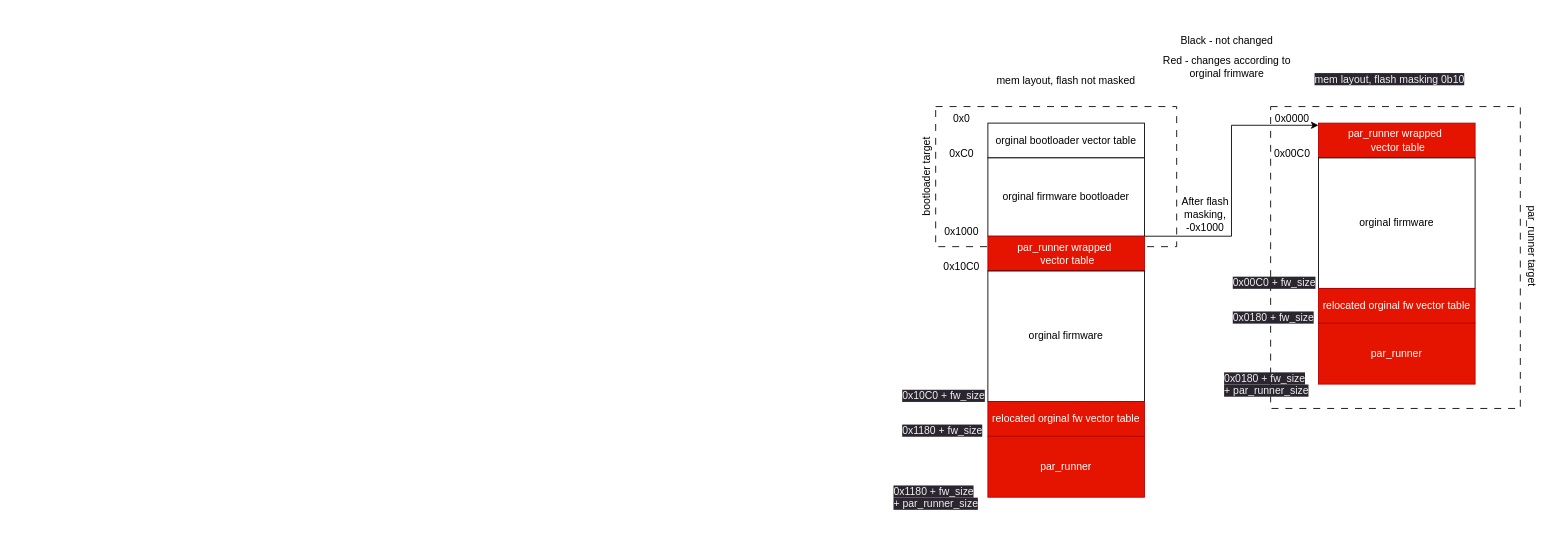
Before: docs/memory-map.drawio in piotr022/UV_K5_playground, a draw.io diagram. Source tidied: cells renumbered, new cells numbered last; positions are measured from the earlier drawing's top-left corner, leaving out a move shared by most shapes. Both pictures are drawn from the tidied source at 87%, with x=0, y=0 at pixel (836, 27).
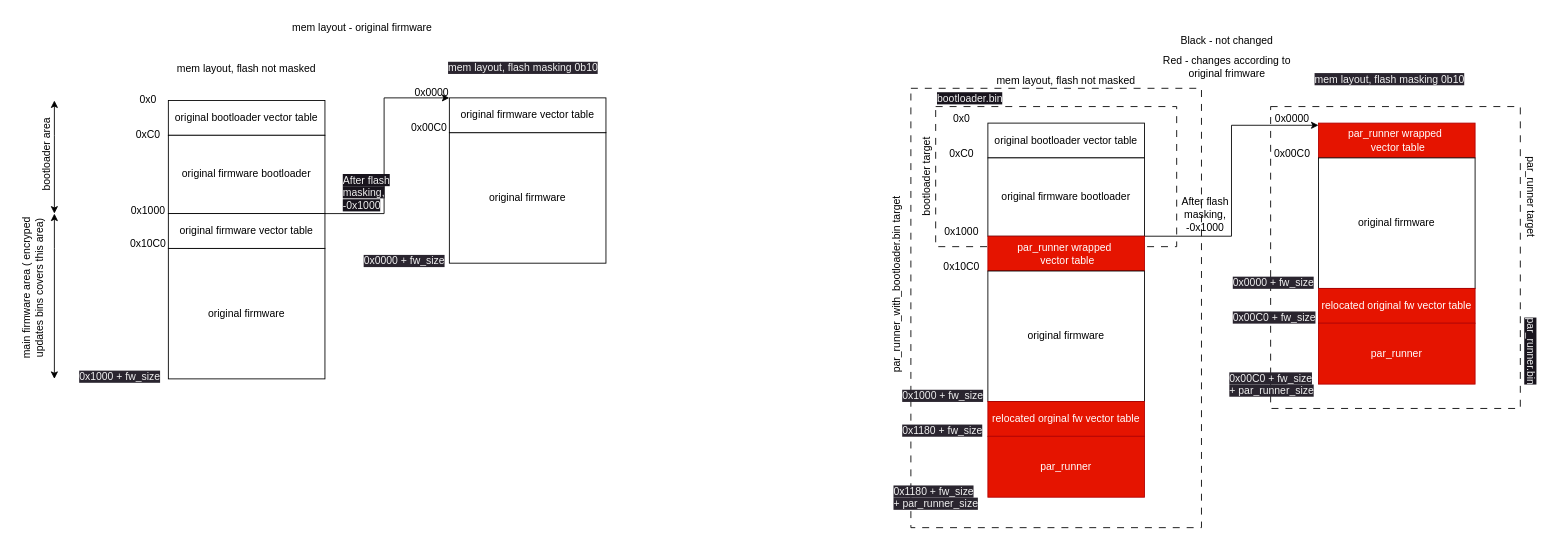
After the change.

The edit, as a diff of the source:
```diff
@@
+    <mxCell id="34" style="rounded=0;whiteSpace=wrap;html=1;dashed=1;dashPattern=8 8;" parent="1" vertex="1">
+      <mxGeometry x="85.5" y="70" width="334" height="505" as="geometry" />
+    </mxCell>
@@
-    <mxCell id="4" value="orginal bootloader vector table" style="rounded=0;whiteSpace=wrap;html=1;" parent="1" vertex="1">
+    <mxCell id="4" value="original bootloader vector table" style="rounded=0;whiteSpace=wrap;html=1;" parent="1" vertex="1">
       <mxGeometry x="174" y="110" width="180" height="40" as="geometry" />
     </mxCell>
-    <mxCell id="5" value="orginal firmware bootloader" style="rounded=0;whiteSpace=wrap;html=1;" parent="1" vertex="1">
+    <mxCell id="5" value="original firmware bootloader" style="rounded=0;whiteSpace=wrap;html=1;" parent="1" vertex="1">
       <mxGeometry x="174" y="150" width="180" height="90" as="geometry" />
     </mxCell>
@@
-    <mxCell id="8" value="orginal firmware" style="rounded=0;whiteSpace=wrap;html=1;" parent="1" vertex="1">
+    <mxCell id="8" value="original firmware" style="rounded=0;whiteSpace=wrap;html=1;" parent="1" vertex="1">
       <mxGeometry x="174" y="280" width="180" height="150" as="geometry" />
     </mxCell>
@@
-    <mxCell id="15" value="&lt;span style=&quot;color: rgb(240, 240, 240); font-family: Helvetica; font-size: 12px; font-style: normal; font-variant-ligatures: normal; font-variant-caps: normal; font-weight: 400; letter-spacing: normal; orphans: 2; text-align: center; text-indent: 0px; text-transform: none; widows: 2; word-spacing: 0px; -webkit-text-stroke-width: 0px; background-color: rgb(42, 37, 47); text-decoration-thickness: initial; text-decoration-style: initial; text-decoration-color: initial; float: none; display: inline !important;&quot;&gt;0x10C0 + fw_size&lt;/span&gt;" style="text;whiteSpace=wrap;html=1;" parent="1" vertex="1">
+    <mxCell id="15" value="&lt;span style=&quot;color: rgb(240, 240, 240); font-family: Helvetica; font-size: 12px; font-style: normal; font-variant-ligatures: normal; font-variant-caps: normal; font-weight: 400; letter-spacing: normal; orphans: 2; text-align: center; text-indent: 0px; text-transform: none; widows: 2; word-spacing: 0px; -webkit-text-stroke-width: 0px; background-color: rgb(42, 37, 47); text-decoration-thickness: initial; text-decoration-style: initial; text-decoration-color: initial; float: none; display: inline !important;&quot;&gt;0x1000 + fw_size&lt;/span&gt;" style="text;whiteSpace=wrap;html=1;" parent="1" vertex="1">
       <mxGeometry x="74" y="410" width="100" height="40" as="geometry" />
     </mxCell>
@@
-    <mxCell id="19" value="Red - changes according to orginal frimware" style="text;html=1;strokeColor=none;fillColor=none;align=center;verticalAlign=middle;whiteSpace=wrap;rounded=0;" parent="1" vertex="1">
+    <mxCell id="19" value="Red - changes according to original frimware" style="text;html=1;strokeColor=none;fillColor=none;align=center;verticalAlign=middle;whiteSpace=wrap;rounded=0;" parent="1" vertex="1">
       <mxGeometry x="374" y="30" width="150" height="30" as="geometry" />
     </mxCell>
@@
-    <mxCell id="21" value="orginal firmware" style="rounded=0;whiteSpace=wrap;html=1;" parent="1" vertex="1">
+    <mxCell id="21" value="original firmware" style="rounded=0;whiteSpace=wrap;html=1;" parent="1" vertex="1">
       <mxGeometry x="554" y="150" width="180" height="150" as="geometry" />
     </mxCell>
-    <mxCell id="22" value="relocated orginal fw vector table" style="rounded=0;whiteSpace=wrap;html=1;fillColor=#e51400;fontColor=#ffffff;strokeColor=#B20000;" parent="1" vertex="1">
+    <mxCell id="22" value="relocated original fw vector table" style="rounded=0;whiteSpace=wrap;html=1;fillColor=#e51400;fontColor=#ffffff;strokeColor=#B20000;" parent="1" vertex="1">
       <mxGeometry x="554" y="300" width="180" height="40" as="geometry" />
     </mxCell>
@@
-    <mxCell id="26" value="&lt;span style=&quot;color: rgb(240, 240, 240); font-family: Helvetica; font-size: 12px; font-style: normal; font-variant-ligatures: normal; font-variant-caps: normal; font-weight: 400; letter-spacing: normal; orphans: 2; text-align: center; text-indent: 0px; text-transform: none; widows: 2; word-spacing: 0px; -webkit-text-stroke-width: 0px; background-color: rgb(42, 37, 47); text-decoration-thickness: initial; text-decoration-style: initial; text-decoration-color: initial; float: none; display: inline !important;&quot;&gt;0x00C0 + fw_size&lt;/span&gt;" style="text;whiteSpace=wrap;html=1;" parent="1" vertex="1">
+    <mxCell id="26" value="&lt;span style=&quot;color: rgb(240, 240, 240); font-family: Helvetica; font-size: 12px; font-style: normal; font-variant-ligatures: normal; font-variant-caps: normal; font-weight: 400; letter-spacing: normal; orphans: 2; text-align: center; text-indent: 0px; text-transform: none; widows: 2; word-spacing: 0px; -webkit-text-stroke-width: 0px; background-color: rgb(42, 37, 47); text-decoration-thickness: initial; text-decoration-style: initial; text-decoration-color: initial; float: none; display: inline !important;&quot;&gt;0x0000 + fw_size&lt;/span&gt;" style="text;whiteSpace=wrap;html=1;" parent="1" vertex="1">
       <mxGeometry x="454" y="280" width="100" height="40" as="geometry" />
     </mxCell>
-    <mxCell id="27" value="&lt;span style=&quot;color: rgb(240, 240, 240); font-family: Helvetica; font-size: 12px; font-style: normal; font-variant-ligatures: normal; font-variant-caps: normal; font-weight: 400; letter-spacing: normal; orphans: 2; text-align: center; text-indent: 0px; text-transform: none; widows: 2; word-spacing: 0px; -webkit-text-stroke-width: 0px; background-color: rgb(42, 37, 47); text-decoration-thickness: initial; text-decoration-style: initial; text-decoration-color: initial; float: none; display: inline !important;&quot;&gt;0x0180 + fw_size&lt;/span&gt;" style="text;whiteSpace=wrap;html=1;" parent="1" vertex="1">
+    <mxCell id="27" value="&lt;span style=&quot;color: rgb(240, 240, 240); font-family: Helvetica; font-size: 12px; font-style: normal; font-variant-ligatures: normal; font-variant-caps: normal; font-weight: 400; letter-spacing: normal; orphans: 2; text-align: center; text-indent: 0px; text-transform: none; widows: 2; word-spacing: 0px; -webkit-text-stroke-width: 0px; background-color: rgb(42, 37, 47); text-decoration-thickness: initial; text-decoration-style: initial; text-decoration-color: initial; float: none; display: inline !important;&quot;&gt;0x00C0 + fw_size&lt;/span&gt;" style="text;whiteSpace=wrap;html=1;" parent="1" vertex="1">
       <mxGeometry x="454" y="320" width="100" height="30" as="geometry" />
     </mxCell>
-    <mxCell id="28" value="&lt;span style=&quot;color: rgb(240, 240, 240); font-family: Helvetica; font-size: 12px; font-style: normal; font-variant-ligatures: normal; font-variant-caps: normal; font-weight: 400; letter-spacing: normal; orphans: 2; text-align: center; text-indent: 0px; text-transform: none; widows: 2; word-spacing: 0px; -webkit-text-stroke-width: 0px; background-color: rgb(42, 37, 47); text-decoration-thickness: initial; text-decoration-style: initial; text-decoration-color: initial; float: none; display: inline !important;&quot;&gt;0x0180 + fw_size + par_runner_size&lt;/span&gt;" style="text;whiteSpace=wrap;html=1;" parent="1" vertex="1">
-      <mxGeometry x="444" y="390" width="100" height="40" as="geometry" />
+    <mxCell id="28" value="&lt;span style=&quot;color: rgb(240, 240, 240); font-family: Helvetica; font-size: 12px; font-style: normal; font-variant-ligatures: normal; font-variant-caps: normal; font-weight: 400; letter-spacing: normal; orphans: 2; text-align: center; text-indent: 0px; text-transform: none; widows: 2; word-spacing: 0px; -webkit-text-stroke-width: 0px; background-color: rgb(42, 37, 47); text-decoration-thickness: initial; text-decoration-style: initial; text-decoration-color: initial; float: none; display: inline !important;&quot;&gt;0x00C0 + fw_size + par_runner_size&lt;/span&gt;" style="text;whiteSpace=wrap;html=1;" parent="1" vertex="1">
+      <mxGeometry x="450" y="390" width="100" height="40" as="geometry" />
     </mxCell>
@@
     <mxCell id="33" value="par_runner target" style="text;html=1;strokeColor=none;fillColor=none;align=center;verticalAlign=middle;whiteSpace=wrap;rounded=0;rotation=90;" parent="1" vertex="1">
-      <mxGeometry x="697" y="230" width="206" height="43" as="geometry" />
+      <mxGeometry x="695" y="173.5" width="206" height="43" as="geometry" />
     </mxCell>
+    <mxCell id="35" value="&lt;span style=&quot;color: rgb(240, 240, 240); font-family: Helvetica; font-size: 12px; font-style: normal; font-variant-ligatures: normal; font-variant-caps: normal; font-weight: 400; letter-spacing: normal; orphans: 2; text-align: center; text-indent: 0px; text-transform: none; widows: 2; word-spacing: 0px; -webkit-text-stroke-width: 0px; background-color: rgb(24, 20, 29); text-decoration-thickness: initial; text-decoration-style: initial; text-decoration-color: initial; float: none; display: inline !important;&quot;&gt;par_runner.bin&lt;/span&gt;" style="text;whiteSpace=wrap;html=1;rotation=90;" parent="1" vertex="1">
+      <mxGeometry x="734" y="374" width="121" height="36" as="geometry" />
+    </mxCell>
+    <mxCell id="36" value="&lt;span style=&quot;color: rgb(240, 240, 240); font-family: Helvetica; font-size: 12px; font-style: normal; font-variant-ligatures: normal; font-variant-caps: normal; font-weight: 400; letter-spacing: normal; orphans: 2; text-align: center; text-indent: 0px; text-transform: none; widows: 2; word-spacing: 0px; -webkit-text-stroke-width: 0px; background-color: rgb(24, 20, 29); text-decoration-thickness: initial; text-decoration-style: initial; text-decoration-color: initial; float: none; display: inline !important;&quot;&gt;bootloader.bin&lt;/span&gt;" style="text;whiteSpace=wrap;html=1;" parent="1" vertex="1">
+      <mxGeometry x="114" y="68" width="119" height="36" as="geometry" />
+    </mxCell>
+    <mxCell id="37" value="par_runner_with_bootloader.bin target" style="text;html=1;strokeColor=none;fillColor=none;align=center;verticalAlign=middle;whiteSpace=wrap;rounded=0;rotation=-90;" parent="1" vertex="1">
+      <mxGeometry x="-97" y="274" width="333" height="43" as="geometry" />
+    </mxCell>
+    <mxCell id="38" value="original bootloader vector table" style="rounded=0;whiteSpace=wrap;html=1;" parent="1" vertex="1">
+      <mxGeometry x="-768" y="84" width="180" height="40" as="geometry" />
+    </mxCell>
+    <mxCell id="39" value="original firmware bootloader" style="rounded=0;whiteSpace=wrap;html=1;" parent="1" vertex="1">
+      <mxGeometry x="-768" y="124" width="180" height="90" as="geometry" />
+    </mxCell>
+    <mxCell id="40" value="original firmware" style="rounded=0;whiteSpace=wrap;html=1;" parent="1" vertex="1">
+      <mxGeometry x="-768" y="254" width="180" height="150" as="geometry" />
+    </mxCell>
+    <mxCell id="41" style="edgeStyle=orthogonalEdgeStyle;rounded=0;jettySize=auto;html=1;exitX=1;exitY=0;exitDx=0;exitDy=0;entryX=0;entryY=0;entryDx=0;entryDy=0;" parent="1" edge="1" source="42" target="53">
+      <mxGeometry relative="1" as="geometry">
+        <Array as="points">
+          <mxPoint x="-520" y="214" />
+          <mxPoint x="-520" y="81" />
+        </Array>
+      </mxGeometry>
+    </mxCell>
+    <mxCell id="42" value="original firmware vector table" style="rounded=0;whiteSpace=wrap;html=1;" parent="1" vertex="1">
+      <mxGeometry x="-768" y="214" width="180" height="40" as="geometry" />
+    </mxCell>
+    <mxCell id="43" value="0x0" style="text;html=1;strokeColor=none;fillColor=none;align=center;verticalAlign=middle;whiteSpace=wrap;rounded=0;" parent="1" vertex="1">
+      <mxGeometry x="-821" y="68" width="60" height="30" as="geometry" />
+    </mxCell>
+    <mxCell id="44" value="0xC0" style="text;html=1;strokeColor=none;fillColor=none;align=center;verticalAlign=middle;whiteSpace=wrap;rounded=0;" parent="1" vertex="1">
+      <mxGeometry x="-821" y="109" width="60" height="30" as="geometry" />
+    </mxCell>
+    <mxCell id="45" value="0x1000" style="text;html=1;strokeColor=none;fillColor=none;align=center;verticalAlign=middle;whiteSpace=wrap;rounded=0;" parent="1" vertex="1">
+      <mxGeometry x="-821" y="196" width="60" height="30" as="geometry" />
+    </mxCell>
+    <mxCell id="46" value="0x10C0" style="text;html=1;strokeColor=none;fillColor=none;align=center;verticalAlign=middle;whiteSpace=wrap;rounded=0;" parent="1" vertex="1">
+      <mxGeometry x="-821" y="234" width="60" height="30" as="geometry" />
+    </mxCell>
+    <mxCell id="47" value="&lt;span style=&quot;color: rgb(240, 240, 240); font-family: Helvetica; font-size: 12px; font-style: normal; font-variant-ligatures: normal; font-variant-caps: normal; font-weight: 400; letter-spacing: normal; orphans: 2; text-align: center; text-indent: 0px; text-transform: none; widows: 2; word-spacing: 0px; -webkit-text-stroke-width: 0px; background-color: rgb(42, 37, 47); text-decoration-thickness: initial; text-decoration-style: initial; text-decoration-color: initial; float: none; display: inline !important;&quot;&gt;0x1000 + fw_size&lt;/span&gt;" style="text;whiteSpace=wrap;html=1;" parent="1" vertex="1">
+      <mxGeometry x="-872" y="388" width="100" height="40" as="geometry" />
+    </mxCell>
+    <mxCell id="48" style="endArrow=classic;startArrow=classic;html=1;rounded=0;entryX=1;entryY=0;entryDx=0;entryDy=0;exitX=1;exitY=1;exitDx=0;exitDy=0;" parent="1" edge="1">
+      <mxGeometry relative="1" as="geometry">
+        <mxPoint x="-899" y="214" as="sourcePoint" />
+        <mxPoint x="-899" y="84" as="targetPoint" />
+        <Array as="points">
+          <mxPoint x="-899" y="124" />
+        </Array>
+      </mxGeometry>
+    </mxCell>
+    <mxCell id="49" value="&lt;div style=&quot;text-align: center;&quot;&gt;&lt;span style=&quot;background-color: initial;&quot;&gt;bootloader area&lt;/span&gt;&lt;/div&gt;" style="text;whiteSpace=wrap;html=1;rotation=-90;" parent="1" vertex="1">
+      <mxGeometry x="-991" y="86" width="173" height="36" as="geometry" />
+    </mxCell>
+    <mxCell id="50" style="endArrow=classic;startArrow=classic;html=1;rounded=0;entryX=1;entryY=0;entryDx=0;entryDy=0;" parent="1" edge="1">
+      <mxGeometry relative="1" as="geometry">
+        <mxPoint x="-899" y="404" as="sourcePoint" />
+        <mxPoint x="-899" y="214" as="targetPoint" />
+        <Array as="points">
+          <mxPoint x="-899" y="254" />
+        </Array>
+      </mxGeometry>
+    </mxCell>
+    <mxCell id="51" value="&lt;div style=&quot;text-align: center;&quot;&gt;&lt;span style=&quot;background-color: initial;&quot;&gt;main firmware area ( encryped updates bins covers this area)&lt;/span&gt;&lt;/div&gt;" style="text;whiteSpace=wrap;html=1;rotation=-90;" parent="1" vertex="1">
+      <mxGeometry x="-1013" y="283" width="173" height="36" as="geometry" />
+    </mxCell>
+    <mxCell id="52" value="original firmware" style="rounded=0;whiteSpace=wrap;html=1;" parent="1" vertex="1">
+      <mxGeometry x="-445" y="121" width="180" height="150" as="geometry" />
+    </mxCell>
+    <mxCell id="53" value="original firmware vector table" style="rounded=0;whiteSpace=wrap;html=1;" parent="1" vertex="1">
+      <mxGeometry x="-445" y="81" width="180" height="40" as="geometry" />
+    </mxCell>
+    <mxCell id="54" value="0x0000" style="text;html=1;strokeColor=none;fillColor=none;align=center;verticalAlign=middle;whiteSpace=wrap;rounded=0;" parent="1" vertex="1">
+      <mxGeometry x="-495" y="60" width="60" height="30" as="geometry" />
+    </mxCell>
+    <mxCell id="55" value="0x00C0" style="text;html=1;strokeColor=none;fillColor=none;align=center;verticalAlign=middle;whiteSpace=wrap;rounded=0;" parent="1" vertex="1">
+      <mxGeometry x="-498" y="101" width="60" height="30" as="geometry" />
+    </mxCell>
+    <mxCell id="56" value="&lt;span style=&quot;color: rgb(240, 240, 240); font-family: Helvetica; font-size: 12px; font-style: normal; font-variant-ligatures: normal; font-variant-caps: normal; font-weight: 400; letter-spacing: normal; orphans: 2; text-align: center; text-indent: 0px; text-transform: none; widows: 2; word-spacing: 0px; -webkit-text-stroke-width: 0px; background-color: rgb(42, 37, 47); text-decoration-thickness: initial; text-decoration-style: initial; text-decoration-color: initial; float: none; display: inline !important;&quot;&gt;0x0000 + fw_size&lt;/span&gt;" style="text;whiteSpace=wrap;html=1;" parent="1" vertex="1">
+      <mxGeometry x="-545" y="255" width="100" height="40" as="geometry" />
+    </mxCell>
+    <mxCell id="57" value="&lt;span style=&quot;color: rgb(240, 240, 240); font-family: Helvetica; font-size: 12px; font-style: normal; font-variant-ligatures: normal; font-variant-caps: normal; font-weight: 400; letter-spacing: normal; orphans: 2; text-align: center; text-indent: 0px; text-transform: none; widows: 2; word-spacing: 0px; -webkit-text-stroke-width: 0px; background-color: rgb(24, 20, 29); text-decoration-thickness: initial; text-decoration-style: initial; text-decoration-color: initial; float: none; display: inline !important;&quot;&gt;After flash masking, -0x1000&lt;/span&gt;" style="text;whiteSpace=wrap;html=1;" parent="1" vertex="1">
+      <mxGeometry x="-569" y="162" width="90" height="19" as="geometry" />
+    </mxCell>
+    <mxCell id="58" value="mem layout, flash not masked" style="text;html=1;strokeColor=none;fillColor=none;align=center;verticalAlign=middle;whiteSpace=wrap;rounded=0;" parent="1" vertex="1">
+      <mxGeometry x="-778" y="33" width="200" height="30" as="geometry" />
+    </mxCell>
+    <mxCell id="59" value="&lt;span style=&quot;color: rgb(240, 240, 240); font-family: Helvetica; font-size: 12px; font-style: normal; font-variant-ligatures: normal; font-variant-caps: normal; font-weight: 400; letter-spacing: normal; orphans: 2; text-align: center; text-indent: 0px; text-transform: none; widows: 2; word-spacing: 0px; -webkit-text-stroke-width: 0px; background-color: rgb(42, 37, 47); text-decoration-thickness: initial; text-decoration-style: initial; text-decoration-color: initial; float: none; display: inline !important;&quot;&gt;mem layout, flash masking 0b10&lt;/span&gt;" style="text;whiteSpace=wrap;html=1;" parent="1" vertex="1">
+      <mxGeometry x="-448" y="33" width="220" height="40" as="geometry" />
+    </mxCell>
+    <mxCell id="60" value="mem layout - original firmware" style="text;html=1;strokeColor=none;fillColor=none;align=center;verticalAlign=middle;whiteSpace=wrap;rounded=0;" parent="1" vertex="1">
+      <mxGeometry x="-645" y="-14" width="200" height="30" as="geometry" />
+    </mxCell>
```
